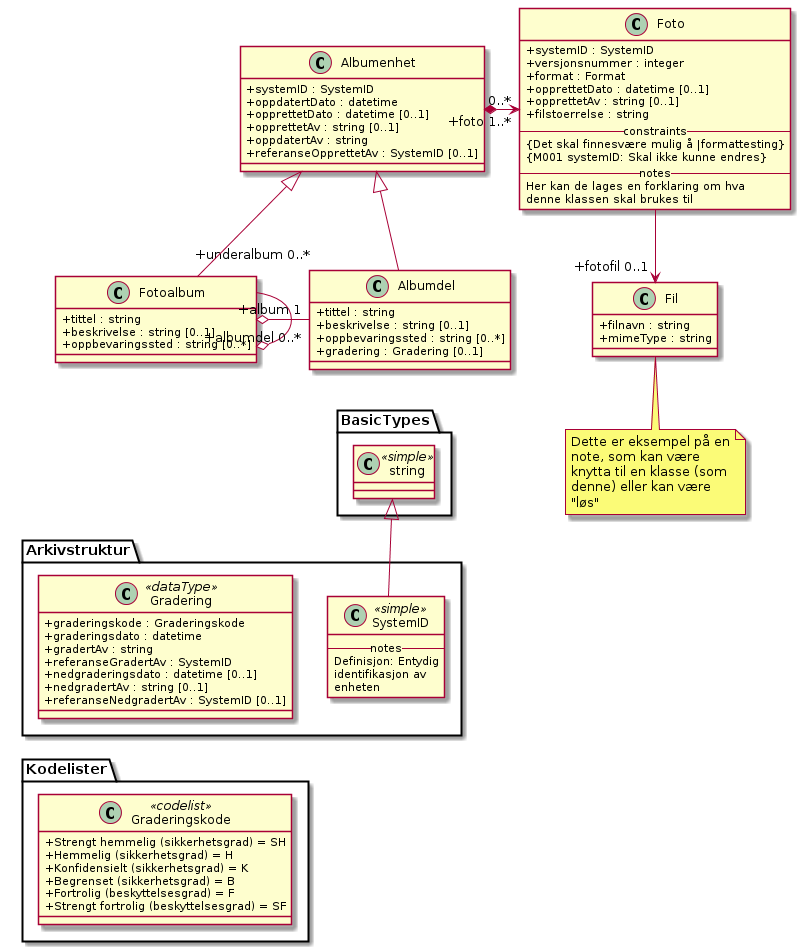
Above: kapitler/media/uml-forklaring-om-notasjon-som-er-brukt.png in arkivverket/noark5-tjenestegrensesnitt-standard (PlantUML), before the change.
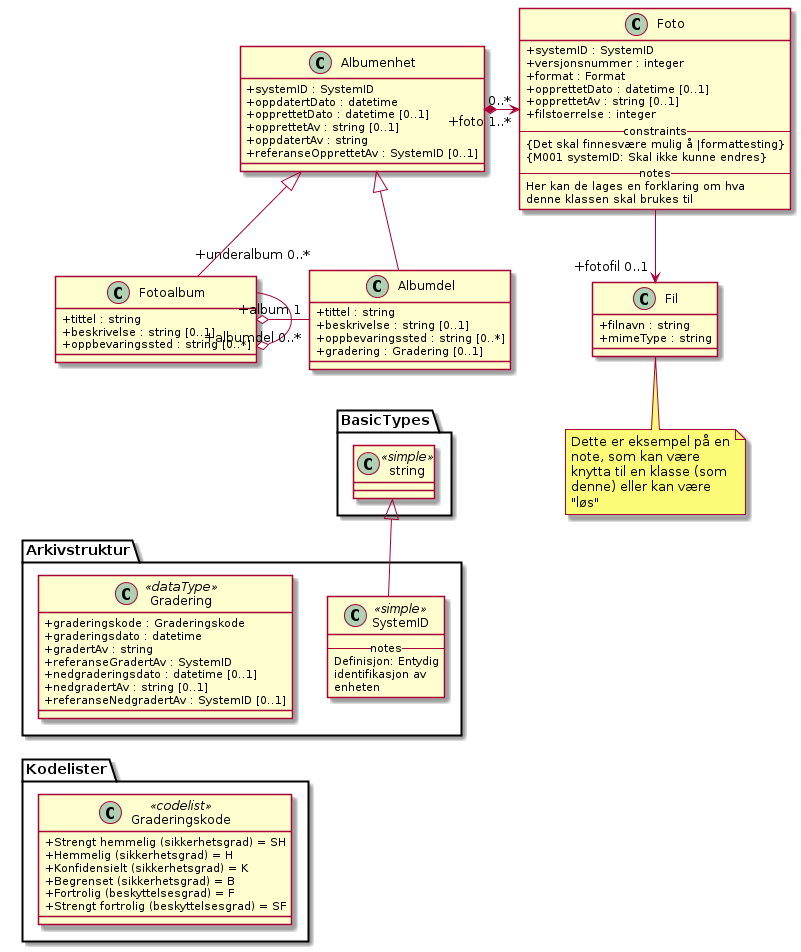
After the commit.

Diff of the diagram source:
```diff
@@ -14,7 +14,7 @@
   +format : Format
   +opprettetDato : datetime [0..1]
   +opprettetAv : string [0..1]
-  +filstoerrelse : string
+  +filstoerrelse : integer
   -- constraints --
   {Det skal finnesvære mulig å |formattesting}
   {M001 systemID: Skal ikke kunne endres}
```
